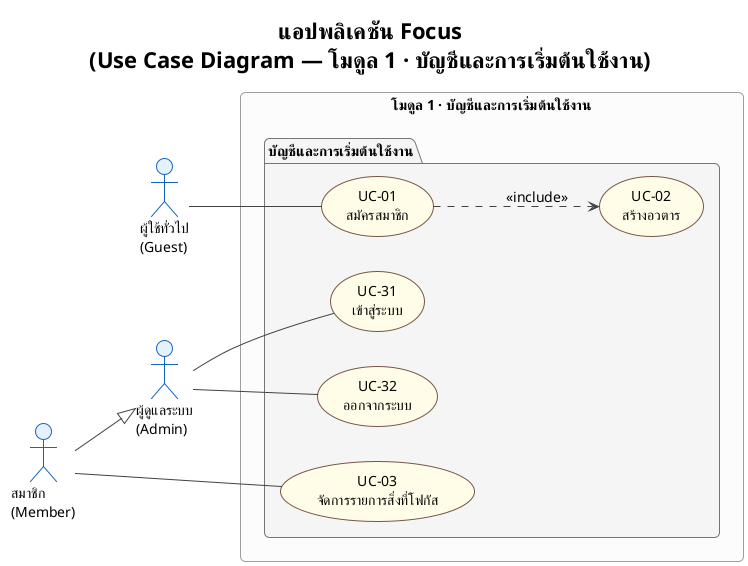
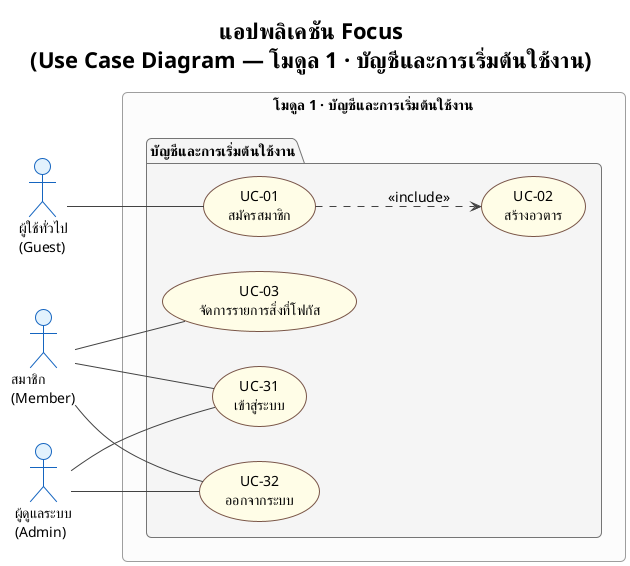
' โมดูล 1: บัญชีและการเริ่มต้นใช้งาน (UC-01, UC-02, UC-03, UC-31, UC-32)
' ไม่มีความสัมพันธ์ข้ามโมดูล — เป็นจุดเริ่มต้นของทุกโมดูลอื่น
@startuml usecase_module1
!theme plain
skinparam defaultFontName TH Sarabun New
skinparam defaultFontSize 14
skinparam roundcorner 10

skinparam usecase {
  BackgroundColor #FFFDE7
  BorderColor #795548
}
skinparam actor {
  BackgroundColor #E3F2FD
  BorderColor #1565C0
}
skinparam package {
  BackgroundColor #F5F5F5
  BorderColor #757575
  FontStyle bold
}
skinparam rectangle {
  BackgroundColor #FCFCFC
  BorderColor #9E9E9E
}
skinparam ArrowColor #424242

title <b>แอปพลิเคชัน Focus</b>\n(Use Case Diagram — โมดูล 1 · บัญชีและการเริ่มต้นใช้งาน)

left to right direction

actor "ผู้ใช้ทั่วไป\n(Guest)" as Guest
actor "สมาชิก\n(Member)" as Member
actor "ผู้ดูแลระบบ\n(Admin)" as Admin

rectangle "โมดูล 1 · บัญชีและการเริ่มต้นใช้งาน" {
  package "บัญชีและการเริ่มต้นใช้งาน" {
    usecase "UC-01\nสมัครสมาชิก" as UC01
    usecase "UC-02\nสร้างอวตาร" as UC02
    usecase "UC-03\nจัดการรายการสิ่งที่โฟกัส" as UC03
    usecase "UC-31\nเข้าสู่ระบบ" as UC31
    usecase "UC-32\nออกจากระบบ" as UC32
  }
}

- Member --|> Admin
- 
Guest -- UC01
Member -- UC03
+ Member -- UC31
+ Member -- UC32
Admin -- UC31
Admin -- UC32

UC01 ..> UC02 : <<include>>

@enduml
